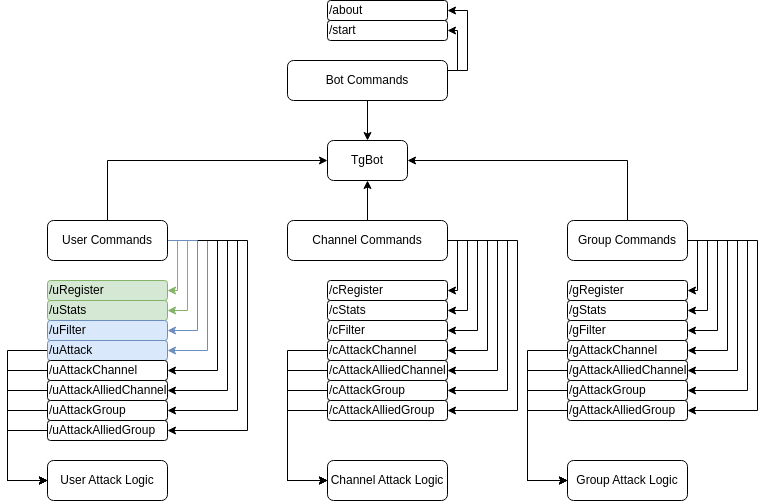
The draw.io diagram static/readme/meow.png in sh1chan/Sage0x0, before a commit. Source tidied: cells renumbered, new cells last; positions are measured from the earlier drawing's top-left corner, leaving out a move shared by most shapes.
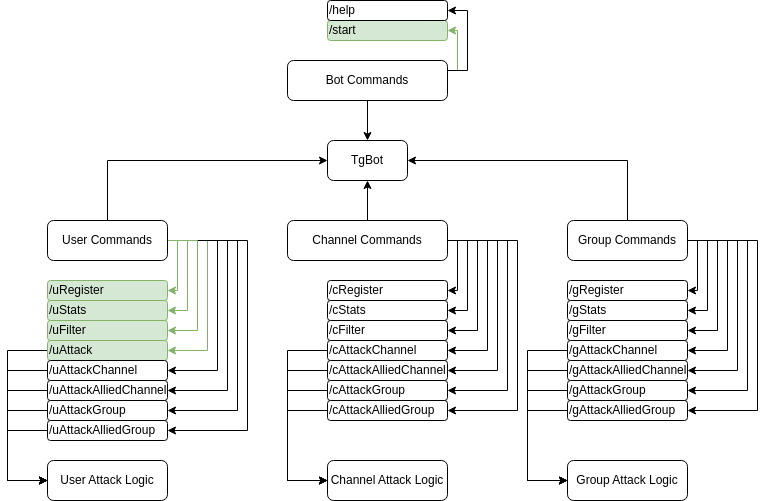
The same diagram one commit later.

The edit, as a diff of the source:
```diff
@@ -158,7 +158,7 @@
         </Array>
       </mxGeometry>
     </mxCell>
-    <mxCell id="26" style="edgeStyle=orthogonalEdgeStyle;rounded=0;jettySize=auto;html=1;fillColor=#dae8fc;strokeColor=#6c8ebf;" parent="1" edge="1" source="33" target="35">
+    <mxCell id="26" style="edgeStyle=orthogonalEdgeStyle;rounded=0;jettySize=auto;html=1;fillColor=#d5e8d4;strokeColor=#82b366;" parent="1" edge="1" source="33" target="35">
       <mxGeometry relative="1" as="geometry">
         <Array as="points">
           <mxPoint x="200" y="240" />
@@ -205,7 +205,7 @@
         </Array>
       </mxGeometry>
     </mxCell>
-    <mxCell id="32" style="edgeStyle=orthogonalEdgeStyle;rounded=0;jettySize=auto;html=1;fillColor=#dae8fc;strokeColor=#6c8ebf;" parent="1" edge="1" source="33" target="67">
+    <mxCell id="32" style="edgeStyle=orthogonalEdgeStyle;rounded=0;jettySize=auto;html=1;fillColor=#d5e8d4;strokeColor=#82b366;" parent="1" edge="1" source="33" target="67">
       <mxGeometry relative="1" as="geometry">
         <Array as="points">
           <mxPoint x="190" y="240" />
@@ -224,7 +224,7 @@
         </Array>
       </mxGeometry>
     </mxCell>
-    <mxCell id="35" value="/uAttack" style="whiteSpace=wrap;html=1;rounded=1;align=left;fillColor=#dae8fc;strokeColor=#6c8ebf;" parent="1" vertex="1">
+    <mxCell id="35" value="/uAttack" style="whiteSpace=wrap;html=1;rounded=1;align=left;fillColor=#d5e8d4;strokeColor=#82b366;" parent="1" vertex="1">
       <mxGeometry x="40" y="340" width="120" height="20" as="geometry" />
     </mxCell>
     <mxCell id="36" style="edgeStyle=orthogonalEdgeStyle;rounded=0;jettySize=auto;html=1;" parent="1" edge="1" source="37" target="4">
@@ -380,13 +380,13 @@
     <mxCell id="66" value="/cFilter" style="rounded=1;whiteSpace=wrap;html=1;align=left;" parent="1" vertex="1">
       <mxGeometry x="320" y="320" width="120" height="20" as="geometry" />
     </mxCell>
-    <mxCell id="67" value="/uFilter" style="whiteSpace=wrap;html=1;rounded=1;align=left;fillColor=#dae8fc;strokeColor=#6c8ebf;" parent="1" vertex="1">
+    <mxCell id="67" value="/uFilter" style="whiteSpace=wrap;html=1;rounded=1;align=left;fillColor=#d5e8d4;strokeColor=#82b366;" parent="1" vertex="1">
       <mxGeometry x="40" y="320" width="120" height="20" as="geometry" />
     </mxCell>
     <mxCell id="68" value="/gFilter" style="rounded=1;whiteSpace=wrap;html=1;align=left;" parent="1" vertex="1">
       <mxGeometry x="560" y="320" width="120" height="20" as="geometry" />
     </mxCell>
-    <mxCell id="69" style="edgeStyle=orthogonalEdgeStyle;rounded=0;jettySize=auto;html=1;" parent="1" edge="1" source="72" target="73">
+    <mxCell id="69" style="edgeStyle=orthogonalEdgeStyle;rounded=0;jettySize=auto;html=1;fillColor=#d5e8d4;strokeColor=#82b366;" parent="1" edge="1" source="72" target="73">
       <mxGeometry relative="1" as="geometry">
         <Array as="points">
           <mxPoint x="450" y="70" />
@@ -408,10 +408,10 @@
     <mxCell id="72" value="Bot Commands" style="rounded=1;whiteSpace=wrap;html=1;" parent="1" vertex="1">
       <mxGeometry x="280" y="60" width="160" height="40" as="geometry" />
     </mxCell>
-    <mxCell id="73" value="/start" style="rounded=1;whiteSpace=wrap;html=1;align=left;" parent="1" vertex="1">
+    <mxCell id="73" value="/start" style="rounded=1;whiteSpace=wrap;html=1;align=left;fillColor=#d5e8d4;strokeColor=#82b366;" parent="1" vertex="1">
       <mxGeometry x="320" y="20" width="120" height="20" as="geometry" />
     </mxCell>
-    <mxCell id="74" value="/about" style="rounded=1;whiteSpace=wrap;html=1;align=left;" parent="1" vertex="1">
+    <mxCell id="74" value="/help" style="rounded=1;whiteSpace=wrap;html=1;align=left;" parent="1" vertex="1">
       <mxGeometry x="320" width="120" height="20" as="geometry" />
     </mxCell>
   </root>
```
